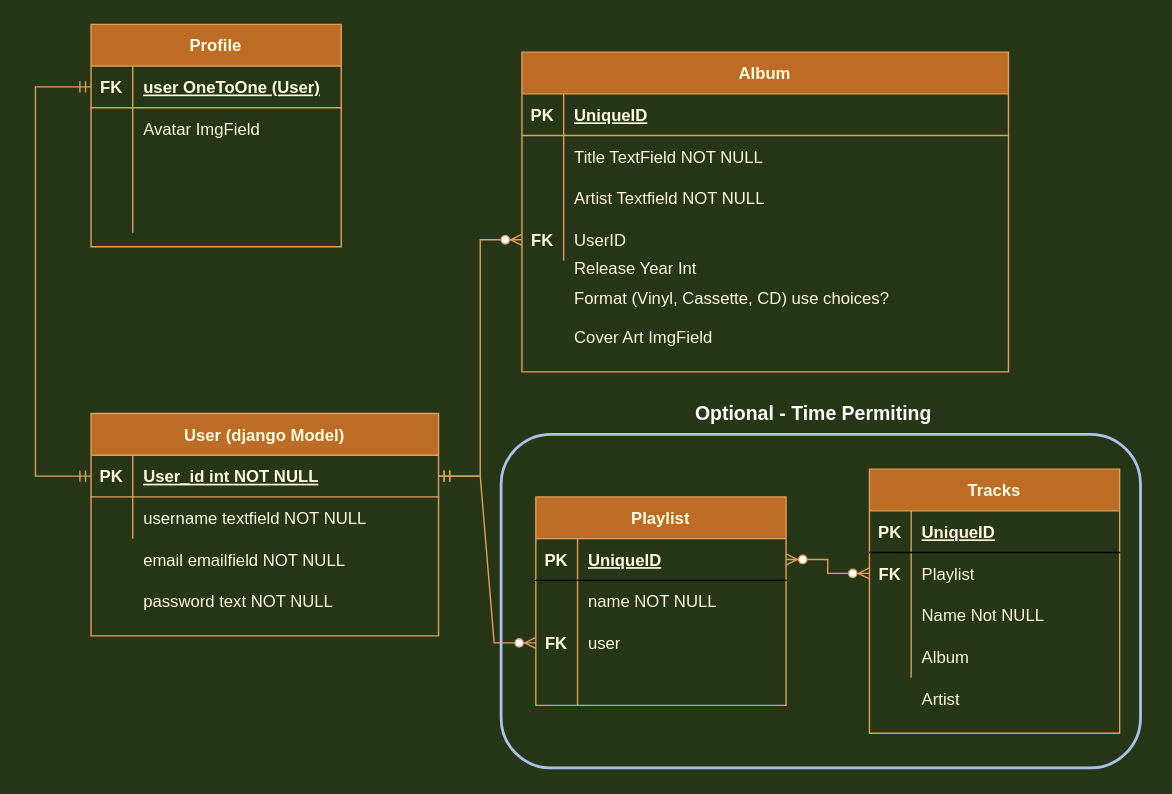
Above: Docs/ERD.drawio in JaySecurity/MusicCatalogue (draw.io), before the change. Source tidied: cells renumbered, new cells numbered last; positions are measured from the earlier drawing's top-left corner, leaving out a move shared by most shapes. Both pictures are drawn from the tidied source at 139%, with x=0, y=0 at pixel (35, 24).
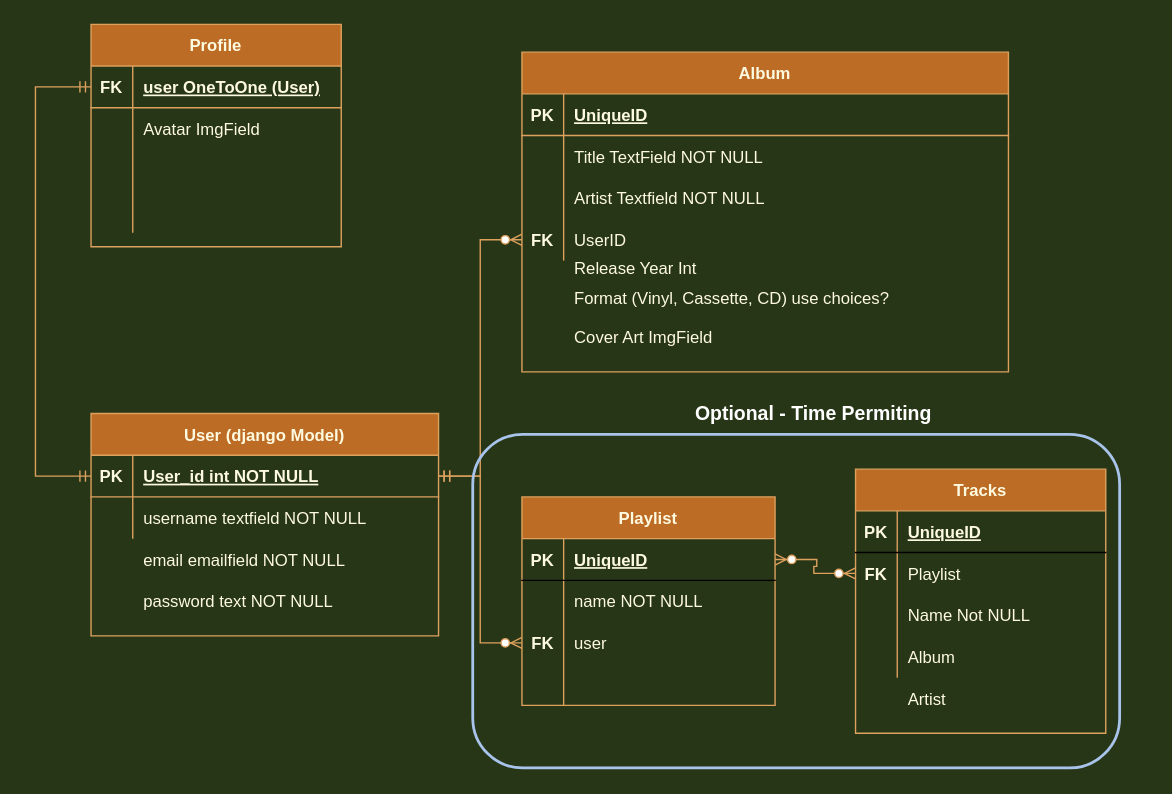
The same diagram, later.

The edit, as a diff of the source:
```diff
@@
     <mxCell id="46" style="group;" parent="1" vertex="1">
-      <mxGeometry x="360" y="340" width="180" height="150" as="geometry" />
+      <mxGeometry x="350" y="340" width="430" height="195" as="geometry" />
     </mxCell>
     <mxCell id="47" value="Playlist" style="shape=table;startSize=30;childLayout=tableLayout;rowLines=0;fontStyle=1;align=center;rounded=0;sketch=0;fontColor=#FEFAE0;strokeColor=#DDA15E;fillColor=#BC6C25;" parent="46" vertex="1">
-      <mxGeometry width="180" height="150" as="geometry" />
+      <mxGeometry width="182.1" height="150" as="geometry" />
     </mxCell>
     <mxCell id="48" style="shape=partialRectangle;fillColor=none;top=0;left=0;bottom=1;right=0;points=[[0,0.5],[1,0.5]];portConstraint=eastwest;" parent="47" vertex="1">
-      <mxGeometry y="30" width="180" height="30" as="geometry" />
+      <mxGeometry y="30" width="182.1" height="30" as="geometry" />
     </mxCell>
@@
     <mxCell id="50" value="UniqueID" style="shape=partialRectangle;fillColor=none;top=0;left=0;bottom=0;right=0;align=left;spacingLeft=6;fontStyle=5;overflow=hidden;fontColor=#FEFAE0;" parent="48" vertex="1">
-      <mxGeometry x="30" width="150" height="30" as="geometry" />
+      <mxGeometry x="30" width="152.1" height="30" as="geometry" />
     </mxCell>
     <mxCell id="51" style="shape=partialRectangle;fillColor=none;top=0;left=0;bottom=0;right=0;" parent="47" vertex="1">
-      <mxGeometry y="60" width="180" height="30" as="geometry" />
+      <mxGeometry y="60" width="182.1" height="30" as="geometry" />
     </mxCell>
@@
     <mxCell id="53" value="name NOT NULL" style="shape=partialRectangle;fillColor=none;top=0;left=0;bottom=0;right=0;align=left;spacingLeft=6;overflow=hidden;fontColor=#FEFAE0;" parent="51" vertex="1">
-      <mxGeometry x="30" width="150" height="30" as="geometry" />
+      <mxGeometry x="30" width="152.1" height="30" as="geometry" />
     </mxCell>
     <mxCell id="54" style="shape=partialRectangle;fillColor=none;top=0;left=0;bottom=0;right=0;points=[[0,0.5],[1,0.5]];portConstraint=eastwest;" parent="47" vertex="1">
-      <mxGeometry y="90" width="180" height="30" as="geometry" />
+      <mxGeometry y="90" width="182.1" height="30" as="geometry" />
     </mxCell>
@@
     <mxCell id="56" value="user" style="shape=partialRectangle;fillColor=none;top=0;left=0;bottom=0;right=0;align=left;spacingLeft=6;overflow=hidden;fontColor=#FEFAE0;" parent="54" vertex="1">
-      <mxGeometry x="30" width="150" height="30" as="geometry" />
+      <mxGeometry x="30" width="152.1" height="30" as="geometry" />
     </mxCell>
     <mxCell id="57" style="shape=partialRectangle;fillColor=none;top=0;left=0;bottom=0;right=0;" parent="47" vertex="1">
-      <mxGeometry y="120" width="180" height="30" as="geometry" />
+      <mxGeometry y="120" width="182.1" height="30" as="geometry" />
     </mxCell>
@@
     <mxCell id="59" style="shape=partialRectangle;fillColor=none;top=0;left=0;bottom=0;right=0;align=left;spacingLeft=6;overflow=hidden;fontColor=#FEFAE0;" parent="57" vertex="1">
-      <mxGeometry x="30" width="150" height="30" as="geometry" />
+      <mxGeometry x="30" width="152.1" height="30" as="geometry" />
     </mxCell>
     <mxCell id="60" value="FK" style="shape=partialRectangle;fillColor=none;top=0;left=0;bottom=0;right=0;fontStyle=1;overflow=hidden;fontColor=#FEFAE0;" parent="46" vertex="1">
-      <mxGeometry y="90" width="30" height="30" as="geometry" />
+      <mxGeometry y="90" width="30.4" height="30" as="geometry" />
     </mxCell>
+    <mxCell id="77" style="rounded=1;whiteSpace=wrap;html=1;sketch=0;fontColor=#FEFAE0;fillColor=none;strokeWidth=2;strokeColor=#A9C4EB;" parent="46" vertex="1">
+      <mxGeometry x="-35.4" y="-45" width="465.4" height="240" as="geometry" />
+    </mxCell>
     <mxCell id="61" style="group;" parent="1" vertex="1">
-      <mxGeometry x="600" y="320" width="200" height="215" as="geometry" />
+      <mxGeometry x="590" y="320" width="200" height="215" as="geometry" />
     </mxCell>
@@
-    <mxCell id="77" style="rounded=1;whiteSpace=wrap;html=1;sketch=0;fontColor=#FEFAE0;fillColor=none;strokeWidth=2;strokeColor=#A9C4EB;" parent="61" vertex="1">
-      <mxGeometry x="-265" y="-25" width="460" height="240" as="geometry" />
-    </mxCell>
```
